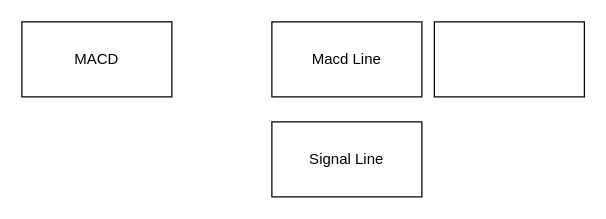
The draw.io diagram page "S - MACD" (10 of 12) of Trading Strategy Diagram.drawio in satriyop/forex-bot, before the edit. Source tidied: cells renumbered, new cells numbered last; positions are measured from the earlier drawing's top-left corner, leaving out a move shared by most shapes. Both pictures are drawn from the tidied source at 125%, with x=0, y=0 at pixel (21, 21).
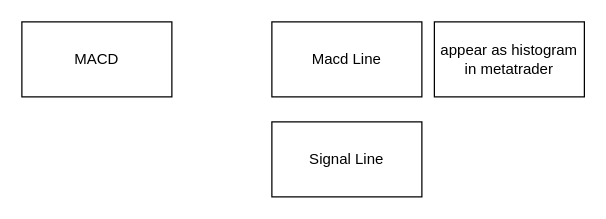
The same page after the edit.

What changed in the source:
```diff
@@
 <mxGraphModel>
   <root>
     <mxCell id="0" />
     <mxCell id="1" parent="0" />
     <mxCell id="2" value="MACD" style="rounded=0;whiteSpace=wrap;html=1;" parent="1" vertex="1">
       <mxGeometry width="120" height="60" as="geometry" />
     </mxCell>
     <mxCell id="3" value="Macd Line" style="whiteSpace=wrap;html=1;" parent="1" vertex="1">
       <mxGeometry x="200" width="120" height="60" as="geometry" />
     </mxCell>
     <mxCell id="4" value="Signal Line" style="whiteSpace=wrap;html=1;" parent="1" vertex="1">
       <mxGeometry x="200" y="80" width="120" height="60" as="geometry" />
     </mxCell>
-    <mxCell id="5" style="whiteSpace=wrap;html=1;" parent="1" vertex="1">
+    <mxCell id="5" value="appear as histogram in metatrader" style="whiteSpace=wrap;html=1;" parent="1" vertex="1">
       <mxGeometry x="330" width="120" height="60" as="geometry" />
     </mxCell>
   </root>
 </mxGraphModel>
```
